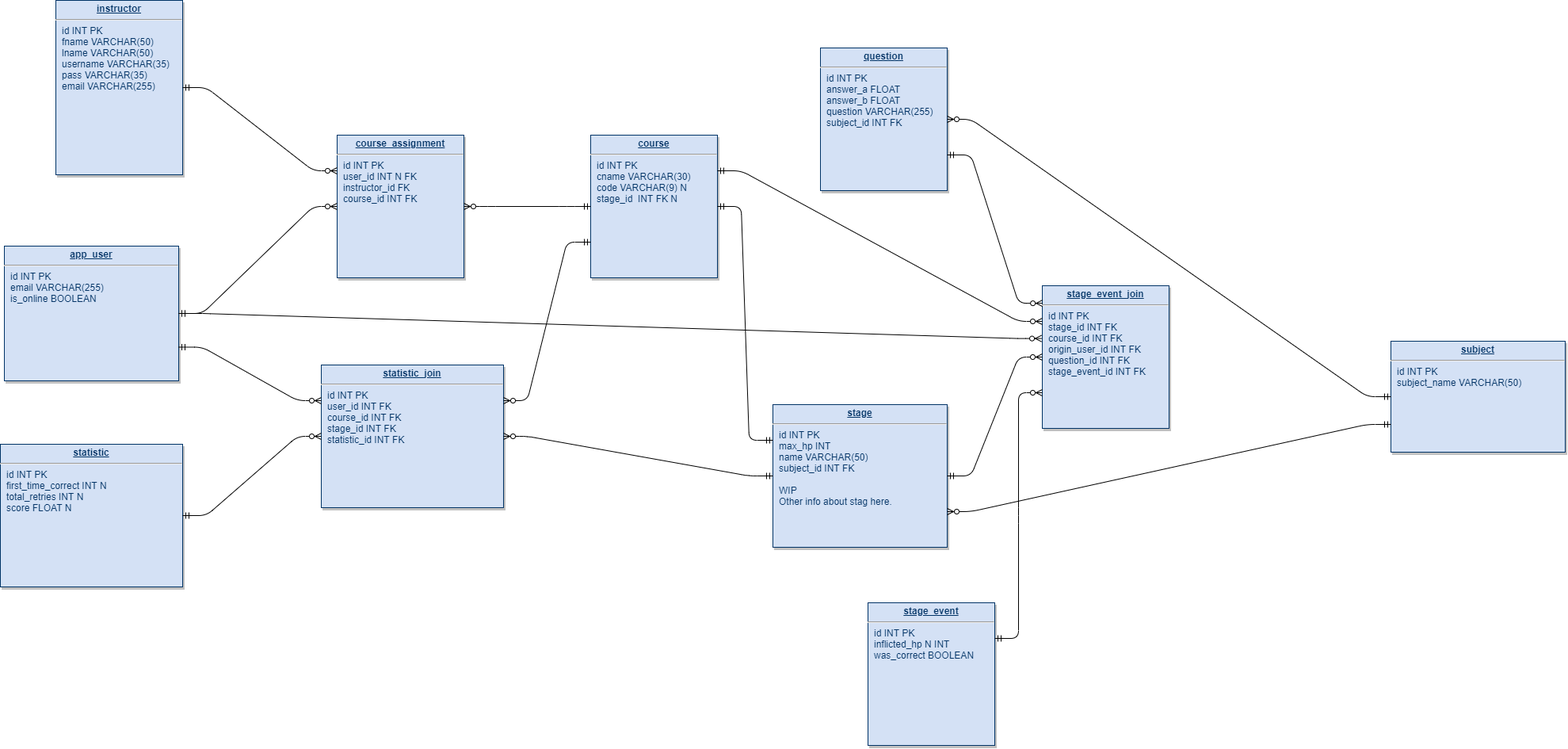
Above: Documentation/JebraDB.drawio.png in mschray/Fall-2021-IPRO (draw.io), before the change. Source tidied: cells renumbered, new cells last; positions are measured from the earlier drawing's top-left corner, leaving out a move shared by most shapes.
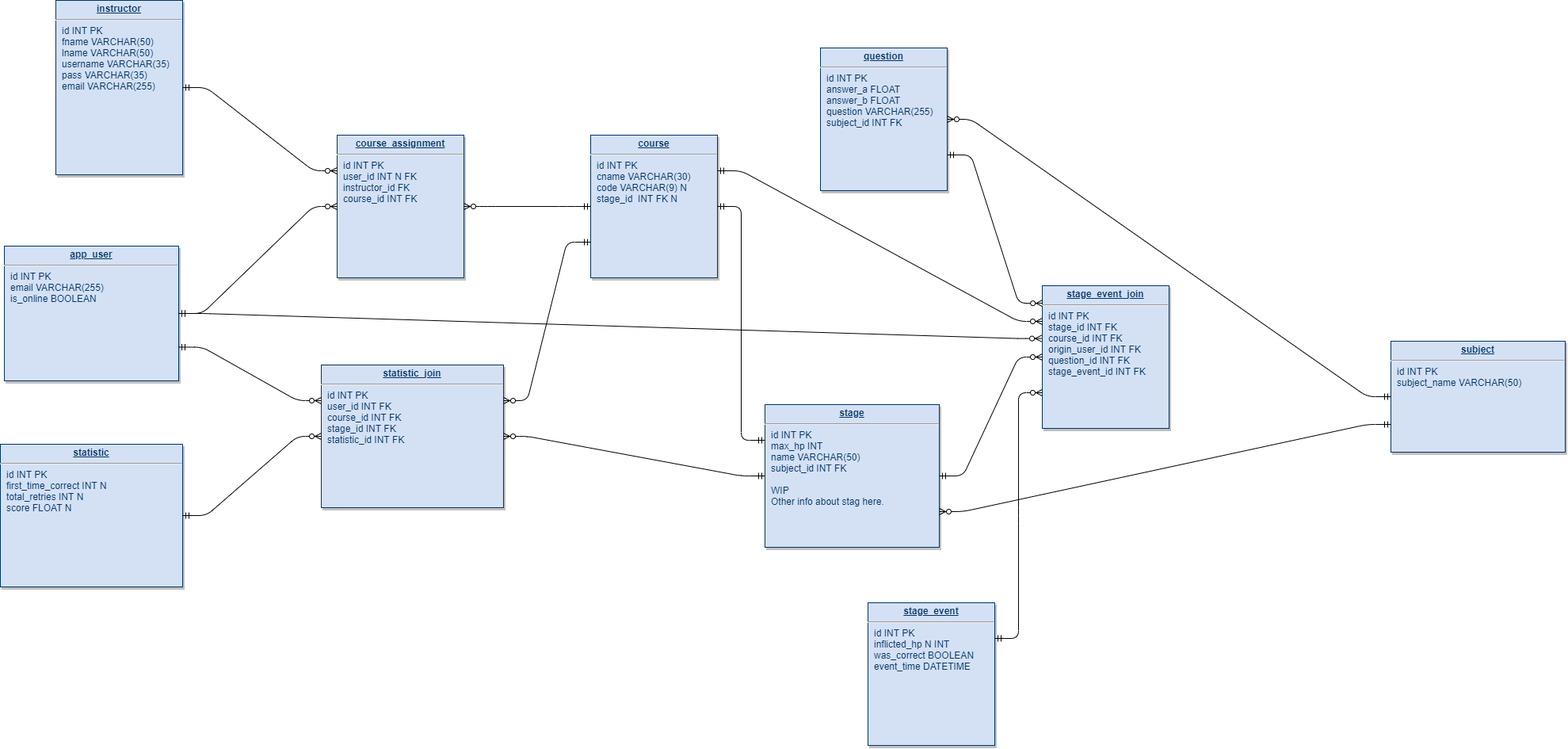
After the commit.

The edit, as a diff of the source:
```diff
@@ -15,7 +15,7 @@
       <mxGeometry x="70" width="160" height="220" as="geometry" />
     </mxCell>
     <mxCell id="6" value="&lt;p style=&quot;margin: 0px ; margin-top: 4px ; text-align: center ; text-decoration: underline&quot;&gt;&lt;b&gt;stage&lt;/b&gt;&lt;/p&gt;&lt;hr&gt;&lt;p style=&quot;margin: 0px ; margin-left: 8px&quot;&gt;id INT PK&lt;/p&gt;&lt;p style=&quot;margin: 0px ; margin-left: 8px&quot;&gt;max_hp INT&lt;/p&gt;&lt;p style=&quot;margin: 0px ; margin-left: 8px&quot;&gt;name VARCHAR(50)&lt;/p&gt;&lt;p style=&quot;margin: 0px ; margin-left: 8px&quot;&gt;subject_id INT FK&amp;nbsp;&lt;/p&gt;&lt;p style=&quot;margin: 0px ; margin-left: 8px&quot;&gt;&lt;br&gt;&lt;/p&gt;&lt;p style=&quot;margin: 0px ; margin-left: 8px&quot;&gt;WIP&lt;/p&gt;&lt;p style=&quot;margin: 0px ; margin-left: 8px&quot;&gt;Other info about stag here.&amp;nbsp;&lt;/p&gt;&lt;p style=&quot;margin: 0px ; margin-left: 8px&quot;&gt;&lt;br&gt;&lt;/p&gt;" style="verticalAlign=top;align=left;overflow=fill;fontSize=12;fontFamily=Helvetica;html=1;strokeColor=#003366;shadow=1;fillColor=#D4E1F5;fontColor=#003366;" parent="1" vertex="1">
-      <mxGeometry x="975" y="510" width="220" height="180" as="geometry" />
+      <mxGeometry x="965" y="510" width="220" height="180" as="geometry" />
     </mxCell>
     <mxCell id="7" value="&lt;p style=&quot;margin: 0px ; margin-top: 4px ; text-align: center ; text-decoration: underline&quot;&gt;&lt;b&gt;course_assignment&lt;/b&gt;&lt;/p&gt;&lt;hr&gt;&lt;p style=&quot;margin: 0px ; margin-left: 8px&quot;&gt;id INT PK&lt;/p&gt;&lt;p style=&quot;margin: 0px ; margin-left: 8px&quot;&gt;user_id INT N FK&amp;nbsp;&lt;/p&gt;&lt;p style=&quot;margin: 0px ; margin-left: 8px&quot;&gt;instructor_id FK&lt;/p&gt;&lt;p style=&quot;margin: 0px ; margin-left: 8px&quot;&gt;course_id INT FK&lt;/p&gt;&lt;p style=&quot;margin: 0px ; margin-left: 8px&quot;&gt;&lt;span style=&quot;color: rgba(0 , 0 , 0 , 0) ; font-family: monospace ; font-size: 0px&quot;&gt;%3CmxGraphModel%3E%3Croot%3E%3CmxCell%20id%3D%220%22%2F%3E%3CmxCell%20id%3D%221%22%20parent%3D%220%22%2F%3E%3CmxCell%20id%3D%222%22%20value%3D%22%26lt%3Bp%20style%3D%26quot%3Bmargin%3A%200px%20%3B%20margin-top%3A%204px%20%3B%20text-align%3A%20center%20%3B%20text-decoration%3A%20underline%26quot%3B%26gt%3B%26lt%3Bb%26gt%3BSession%26lt%3B%2Fb%26gt%3B%26lt%3B%2Fp%26gt%3B%26lt%3Bhr%26gt%3B%26lt%3Bp%20style%3D%26quot%3Bmargin%3A%200px%20%3B%20margin-left%3A%208px%26quot%3B%26gt%3Bid%20INT%26lt%3B%2Fp%26gt%3B%26lt%3Bp%20style%3D%26quot%3Bmargin%3A%200px%20%3B%20margin-left%3A%208px%26quot%3B%26gt%3B%26lt%3Bbr%26gt%3B%26lt%3B%2Fp%26gt%3B%22%20style%3D%22verticalAlign%3Dtop%3Balign%3Dleft%3Boverflow%3Dfill%3BfontSize%3D12%3BfontFamily%3DHelvetica%3Bhtml%3D1%3BstrokeColor%3D%23003366%3Bshadow%3D1%3BfillColor%3D%23D4E1F5%3BfontColor%3D%23003366%22%20vertex%3D%221%22%20parent%3D%221%22%3E%3CmxGeometry%20x%3D%22332.9999999999999%22%20y%3D%22310.00000000000034%22%20width%3D%22160%22%20height%3D%22180%22%20as%3D%22geometry%22%2F%3E%3C%2FmxCell%3E%3C%2Froot%3E%3C%2FmxGraphModel%3E&lt;/span&gt;&lt;br&gt;&lt;/p&gt;&lt;p style=&quot;margin: 0px ; margin-left: 8px&quot;&gt;&lt;br&gt;&lt;/p&gt;" style="verticalAlign=top;align=left;overflow=fill;fontSize=12;fontFamily=Helvetica;html=1;strokeColor=#003366;shadow=1;fillColor=#D4E1F5;fontColor=#003366;" parent="1" vertex="1">
       <mxGeometry x="425" y="170" width="160" height="180" as="geometry" />
@@ -53,7 +53,7 @@
     <mxCell id="18" style="edgeStyle=entityRelationEdgeStyle;fontSize=12;html=1;endArrow=ERzeroToMany;startArrow=ERmandOne;exitX=1;exitY=0.75;exitDx=0;exitDy=0;entryX=0;entryY=0.25;entryDx=0;entryDy=0;" parent="1" edge="1" source="4" target="14">
       <mxGeometry relative="1" as="geometry" />
     </mxCell>
-    <mxCell id="19" value="&lt;p style=&quot;margin: 0px ; margin-top: 4px ; text-align: center ; text-decoration: underline&quot;&gt;&lt;b&gt;stage_event&lt;/b&gt;&lt;/p&gt;&lt;hr&gt;&lt;p style=&quot;margin: 0px ; margin-left: 8px&quot;&gt;id INT PK&lt;/p&gt;&lt;p style=&quot;margin: 0px ; margin-left: 8px&quot;&gt;inflicted_hp N INT&lt;/p&gt;&lt;p style=&quot;margin: 0px ; margin-left: 8px&quot;&gt;was_correct BOOLEAN&lt;/p&gt;&lt;p style=&quot;margin: 0px ; margin-left: 8px&quot;&gt;&lt;br&gt;&lt;/p&gt;&lt;p style=&quot;margin: 0px ; margin-left: 8px&quot;&gt;&lt;br&gt;&lt;/p&gt;&lt;p style=&quot;margin: 0px ; margin-left: 8px&quot;&gt;&lt;br&gt;&lt;/p&gt;" style="verticalAlign=top;align=left;overflow=fill;fontSize=12;fontFamily=Helvetica;html=1;strokeColor=#003366;shadow=1;fillColor=#D4E1F5;fontColor=#003366;" parent="1" vertex="1">
+    <mxCell id="19" value="&lt;p style=&quot;margin: 0px ; margin-top: 4px ; text-align: center ; text-decoration: underline&quot;&gt;&lt;b&gt;stage_event&lt;/b&gt;&lt;/p&gt;&lt;hr&gt;&lt;p style=&quot;margin: 0px ; margin-left: 8px&quot;&gt;id INT PK&lt;/p&gt;&lt;p style=&quot;margin: 0px ; margin-left: 8px&quot;&gt;inflicted_hp N INT&lt;/p&gt;&lt;p style=&quot;margin: 0px ; margin-left: 8px&quot;&gt;was_correct BOOLEAN&lt;/p&gt;&lt;p style=&quot;margin: 0px ; margin-left: 8px&quot;&gt;event_time DATETIME&amp;nbsp;&lt;/p&gt;&lt;p style=&quot;margin: 0px ; margin-left: 8px&quot;&gt;&lt;br&gt;&lt;/p&gt;&lt;p style=&quot;margin: 0px ; margin-left: 8px&quot;&gt;&lt;br&gt;&lt;/p&gt;&lt;p style=&quot;margin: 0px ; margin-left: 8px&quot;&gt;&lt;br&gt;&lt;/p&gt;" style="verticalAlign=top;align=left;overflow=fill;fontSize=12;fontFamily=Helvetica;html=1;strokeColor=#003366;shadow=1;fillColor=#D4E1F5;fontColor=#003366;" parent="1" vertex="1">
       <mxGeometry x="1095" y="760" width="160" height="180" as="geometry" />
     </mxCell>
     <mxCell id="20" style="edgeStyle=entityRelationEdgeStyle;fontSize=12;html=1;endArrow=ERzeroToMany;startArrow=ERmandOne;exitX=1;exitY=0.25;exitDx=0;exitDy=0;entryX=0;entryY=0.75;entryDx=0;entryDy=0;" parent="1" edge="1" source="19" target="12">
```
